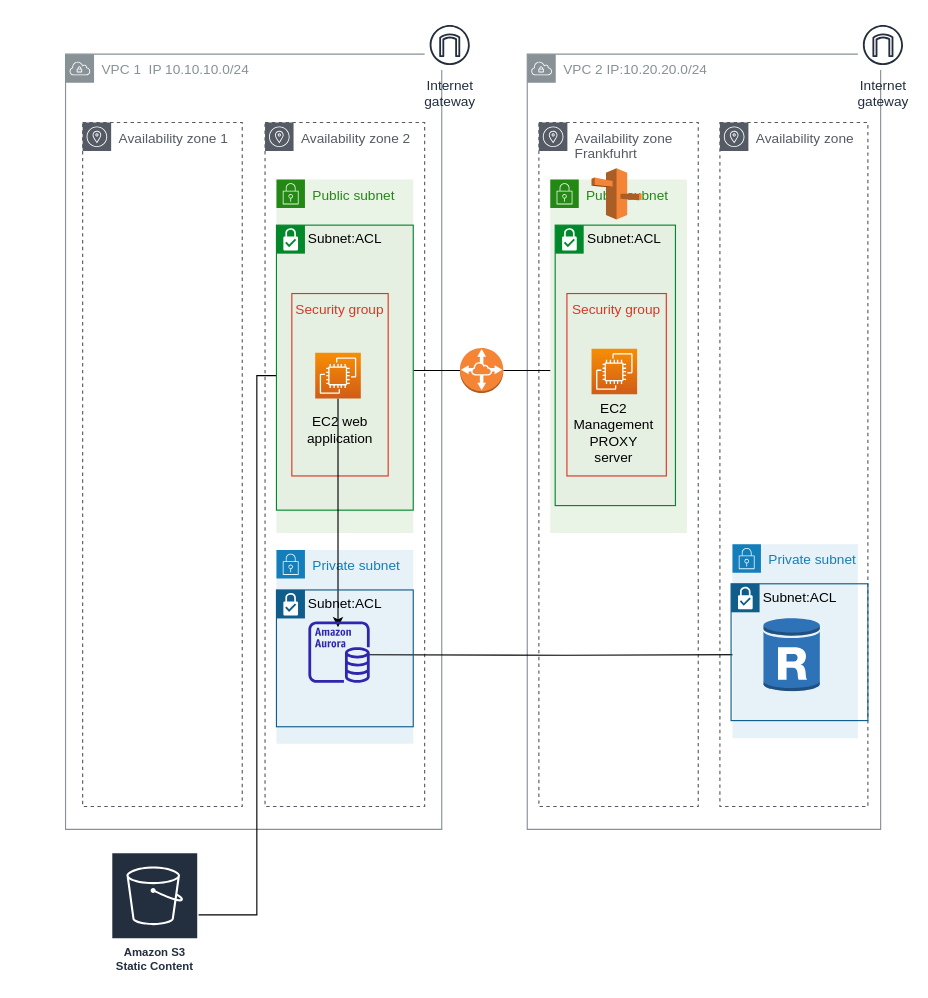
Before: Eindopdracht.drawio in victorromijn/AWS-Techgrounds, a draw.io diagram. Source tidied: cells renumbered, new cells numbered last; positions are measured from the earlier drawing's top-left corner, leaving out a move shared by most shapes. Both pictures are drawn from the tidied source at 114%, with x=0, y=0 at pixel (65, 19).
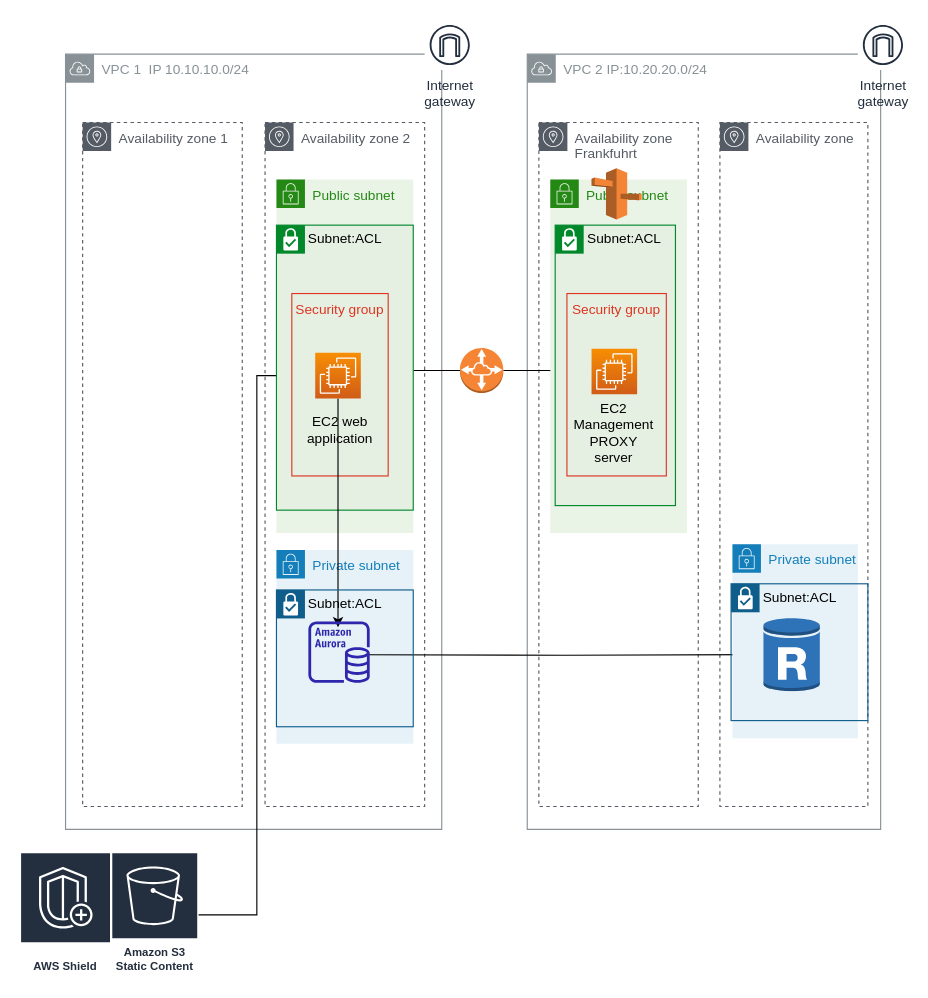
The same diagram, later.

Diff of the diagram source:
```diff
@@
+    <mxCell id="34" value="AWS Shield" style="sketch=0;fontColor=#232F3E;gradientColor=none;strokeColor=#ffffff;fillColor=#232F3E;dashed=0;verticalLabelPosition=middle;verticalAlign=bottom;align=center;html=1;whiteSpace=wrap;fontSize=10;fontStyle=1;spacing=3;shape=mxgraph.aws4.productIcon;prIcon=mxgraph.aws4.shield;labelBackgroundColor=none;" parent="1" vertex="1">
+      <mxGeometry x="-40" y="730" width="80" height="110" as="geometry" />
+    </mxCell>
```
